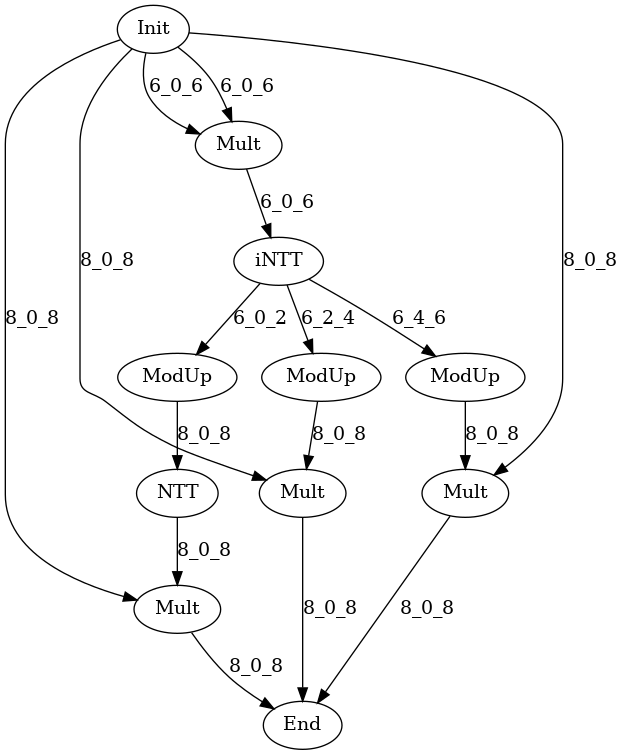
The Graphviz diagram data/graph_poly.dot.png in hal-lab-u-tokyo/PolyFHE, before a commit. Its source is kept beside it as data/graph_poly.dot.
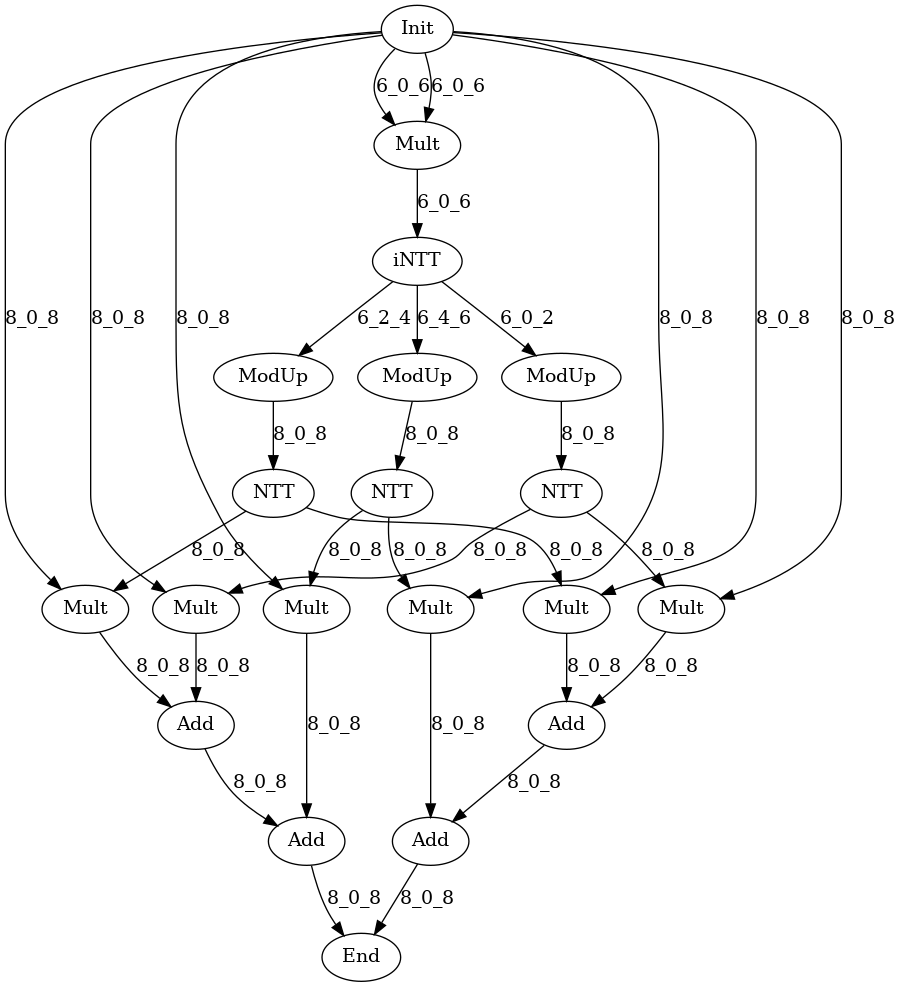
After the change.

The edit, as a diff of the source:
```diff
@@ -5,11 +5,20 @@
 ModUp1[label="ModUp"];
 ModUp2[label="ModUp"];
 ModUp3[label="ModUp"];
-Mult1[label="Mult"];
-Mult2[label="Mult"];
-Mult3[label="Mult"];
 iNTT[label="iNTT"];
 NTT1[label="NTT"];
+NTT2[label="NTT"];
+NTT3[label="NTT"];
+Mult1a[label="Mult"];
+Mult2a[label="Mult"];
+Mult3a[label="Mult"];
+Mult1b[label="Mult"];
+Mult2b[label="Mult"];
+Mult3b[label="Mult"];
+Add12a[label="Add"];
+Add123a[label="Add"];
+Add12b[label="Add"];
+Add123b[label="Add"];
 Init -> Multd1[label="6_0_6"];
 Init -> Multd1[label="6_0_6"];
 Multd1 -> iNTT[label="6_0_6"];
@@ -17,13 +26,28 @@
 iNTT -> ModUp2[label="6_2_4"];
 iNTT -> ModUp3[label="6_4_6"];
 ModUp1 -> NTT1[label="8_0_8"];
-NTT1 -> Mult1[label="8_0_8"];
-ModUp2 -> Mult2[label="8_0_8"];
-ModUp3 -> Mult3[label="8_0_8"];
-Init -> Mult1[label="8_0_8"];
-Init -> Mult2[label="8_0_8"];
-Init -> Mult3[label="8_0_8"];
-Mult1 -> End[label="8_0_8"];
-Mult2 -> End[label="8_0_8"];
-Mult3 -> End[label="8_0_8"];
+ModUp2 -> NTT2[label="8_0_8"];
+ModUp3 -> NTT3[label="8_0_8"];
+NTT1 -> Mult1a[label="8_0_8"];
+NTT2 -> Mult2a[label="8_0_8"];
+NTT3 -> Mult3a[label="8_0_8"];
+NTT1 -> Mult1b[label="8_0_8"];
+NTT2 -> Mult2b[label="8_0_8"];
+NTT3 -> Mult3b[label="8_0_8"];
+Init -> Mult1a[label="8_0_8"];
+Init -> Mult2a[label="8_0_8"];
+Init -> Mult3a[label="8_0_8"];
+Init -> Mult1b[label="8_0_8"];
+Init -> Mult2b[label="8_0_8"];
+Init -> Mult3b[label="8_0_8"];
+Mult1a -> Add12a[label="8_0_8"];
+Mult2a -> Add12a[label="8_0_8"];
+Add12a -> Add123a[label="8_0_8"];
+Mult3a -> Add123a[label="8_0_8"];
+Mult1b -> Add12b[label="8_0_8"];
+Mult2b -> Add12b[label="8_0_8"];
+Add12b -> Add123b[label="8_0_8"];
+Mult3b -> Add123b[label="8_0_8"];
+Add123a -> End[label="8_0_8"];
+Add123b -> End[label="8_0_8"];
 }
```
